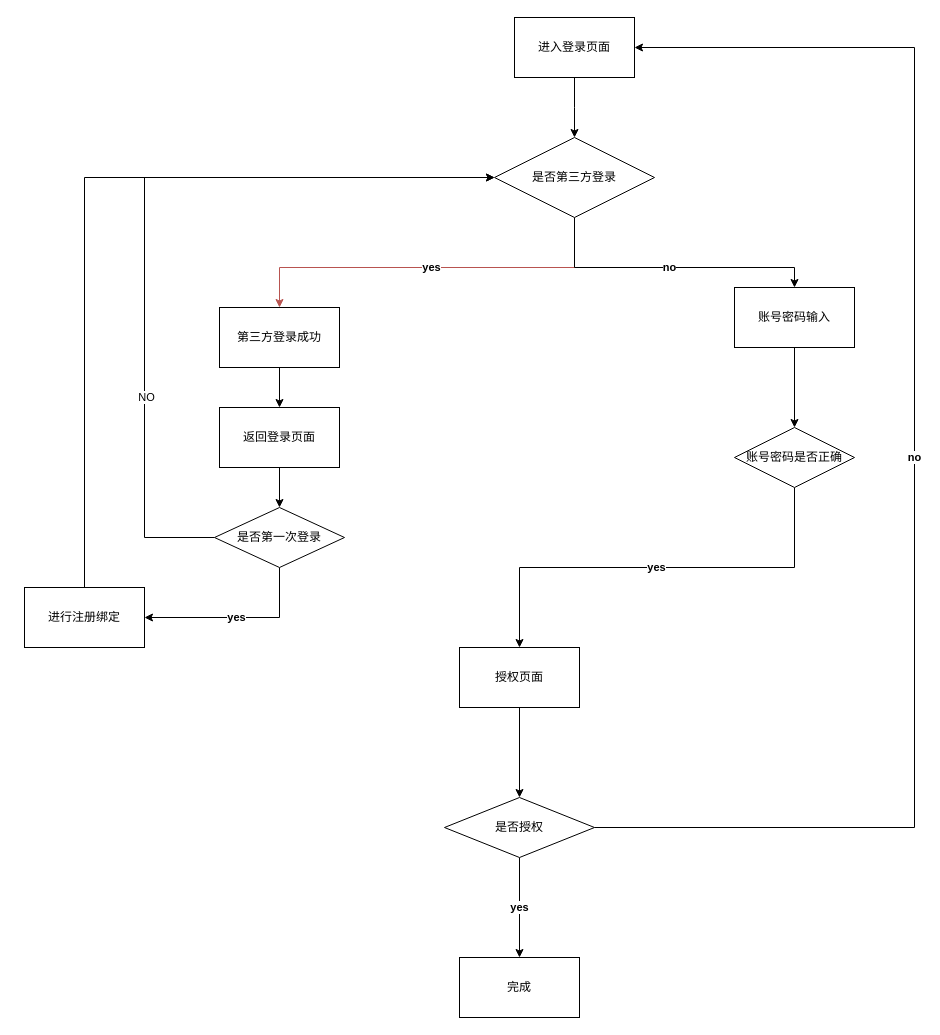
wulishuhan/git- keeps this draw.io diagram as Untitled Diagram.drawio. Above is the earlier version. Source tidied: cells renumbered, new cells numbered last; positions are measured from the earlier drawing's top-left corner, leaving out a move shared by most shapes. Both pictures are drawn from the tidied source at 100%, with x=0, y=0 at pixel (24, 17).
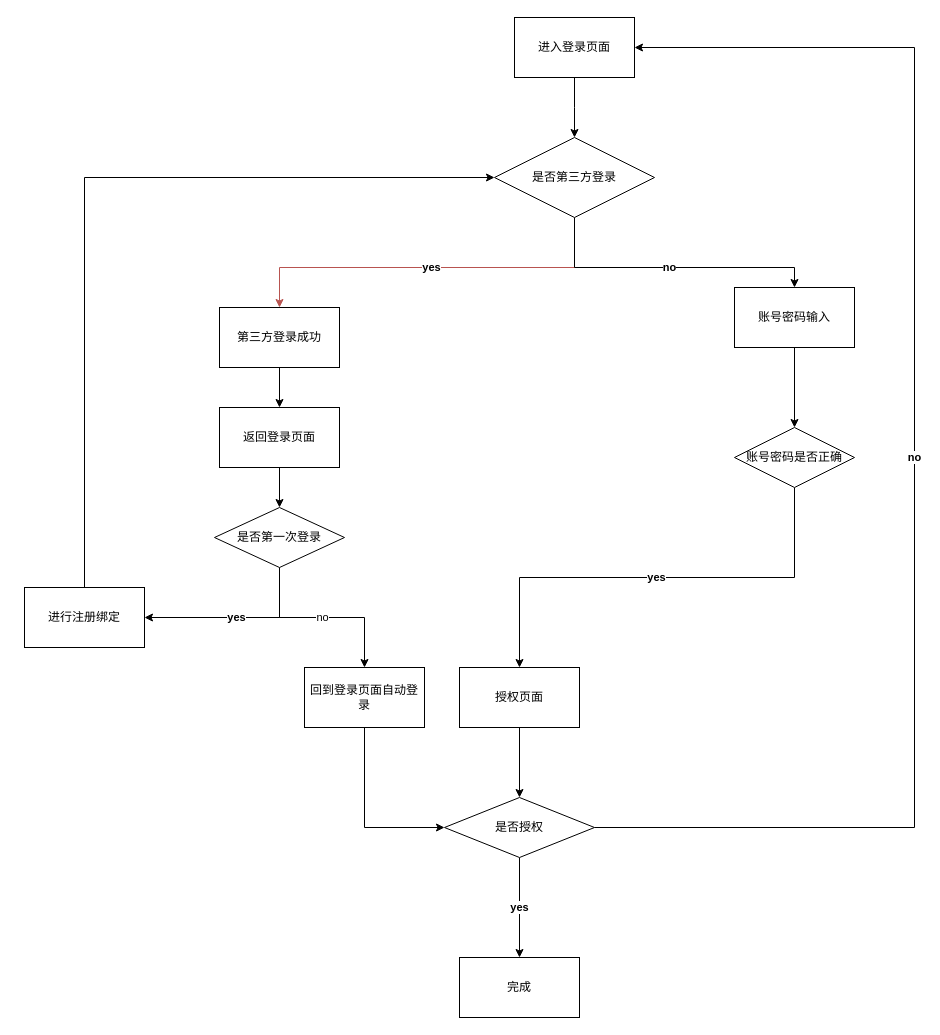
The same diagram, later.

The change refers to these unchanged cells:
```xml
<mxCell id="6" value="是否第三方登录" style="rhombus;whiteSpace=wrap;html=1;" parent="1" vertex="1">
  <mxGeometry x="470" y="120" width="160" height="80" as="geometry" />
</mxCell>
<mxCell id="16" value="是否第一次登录" style="rhombus;whiteSpace=wrap;html=1;" parent="1" vertex="1">
  <mxGeometry x="190" y="490" width="130" height="60" as="geometry" />
</mxCell>
<mxCell id="23" value="是否授权" style="rhombus;whiteSpace=wrap;html=1;" parent="1" vertex="1">
  <mxGeometry x="420" y="780" width="150" height="60" as="geometry" />
</mxCell>
```

Diff of the diagram source:
```diff
@@
-    <mxCell id="14" style="edgeStyle=orthogonalEdgeStyle;rounded=0;jettySize=auto;html=1;exitX=0;exitY=0.5;exitDx=0;exitDy=0;entryX=0;entryY=0.5;entryDx=0;entryDy=0;" parent="1" edge="1" source="16" target="6">
-      <mxGeometry relative="1" as="geometry">
-        <Array as="points">
-          <mxPoint x="120" y="520" />
-          <mxPoint x="120" y="160" />
-        </Array>
-      </mxGeometry>
-    </mxCell>
-    <mxCell id="15" value="NO" style="edgeLabel;html=1;align=center;verticalAlign=middle;" parent="14" vertex="1">
-      <mxGeometry x="-0.46" y="-1" relative="1" as="geometry" />
-    </mxCell>
+    <mxCell id="27" value="no" style="edgeStyle=orthogonalEdgeStyle;rounded=0;jettySize=auto;html=1;exitX=0.5;exitY=1;exitDx=0;exitDy=0;entryX=0.5;entryY=0;entryDx=0;entryDy=0;" parent="1" edge="1" source="16" target="29">
+      <mxGeometry relative="1" as="geometry" />
+    </mxCell>
@@
     <mxCell id="20" value="授权页面" style="rounded=0;whiteSpace=wrap;html=1;" parent="1" vertex="1">
-      <mxGeometry x="435" y="630" width="120" height="60" as="geometry" />
+      <mxGeometry x="435" y="650" width="120" height="60" as="geometry" />
     </mxCell>
@@
+    <mxCell id="28" style="edgeStyle=orthogonalEdgeStyle;rounded=0;jettySize=auto;html=1;exitX=0.5;exitY=1;exitDx=0;exitDy=0;entryX=0;entryY=0.5;entryDx=0;entryDy=0;" parent="1" edge="1" source="29" target="23">
+      <mxGeometry relative="1" as="geometry" />
+    </mxCell>
+    <mxCell id="29" value="回到登录页面自动登录" style="rounded=0;whiteSpace=wrap;html=1;" parent="1" vertex="1">
+      <mxGeometry x="280" y="650" width="120" height="60" as="geometry" />
+    </mxCell>
```
